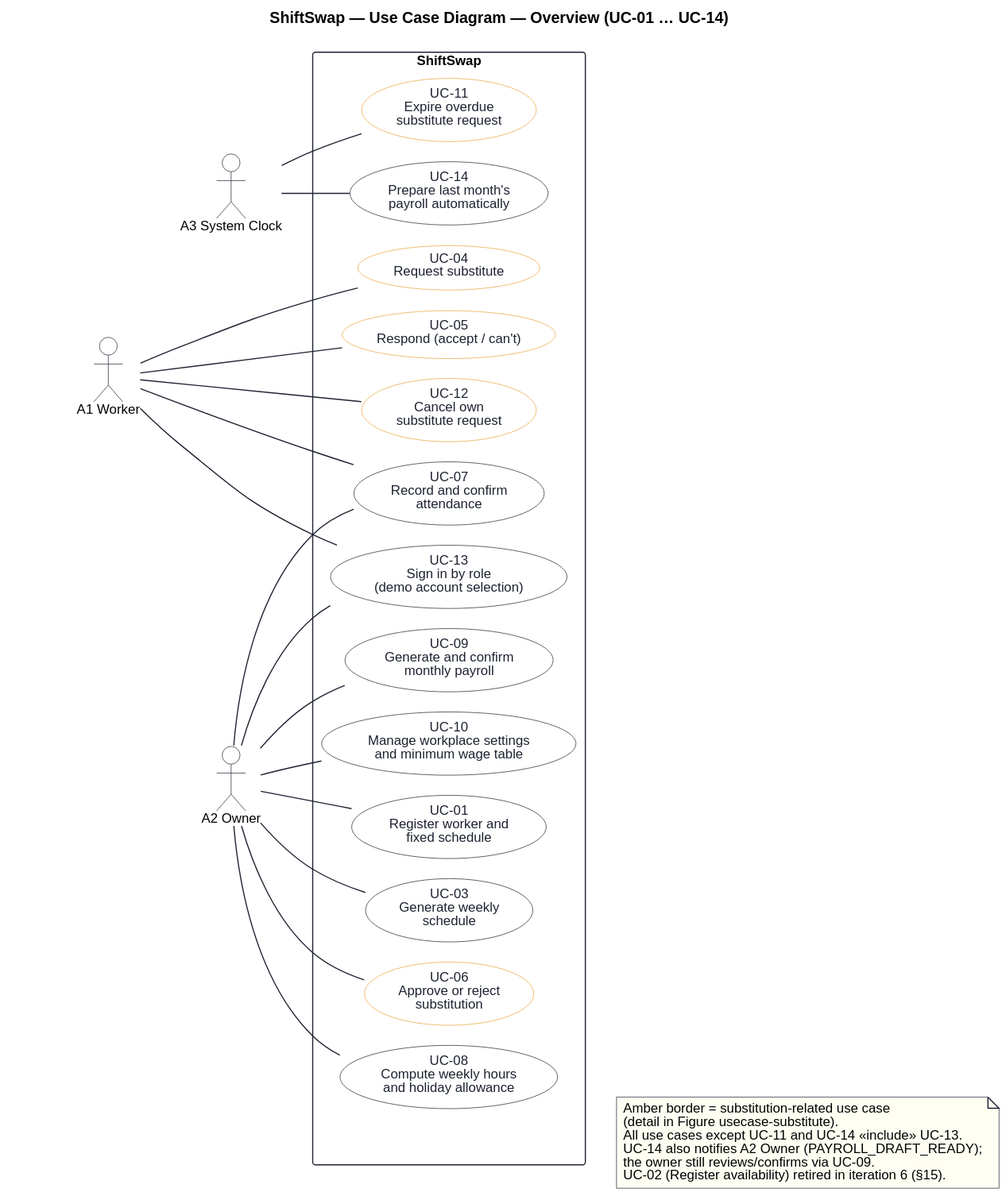
This is uml/usecase.svg from keemlogan/shiftswap, a PlantUML export, as it was before one commit.
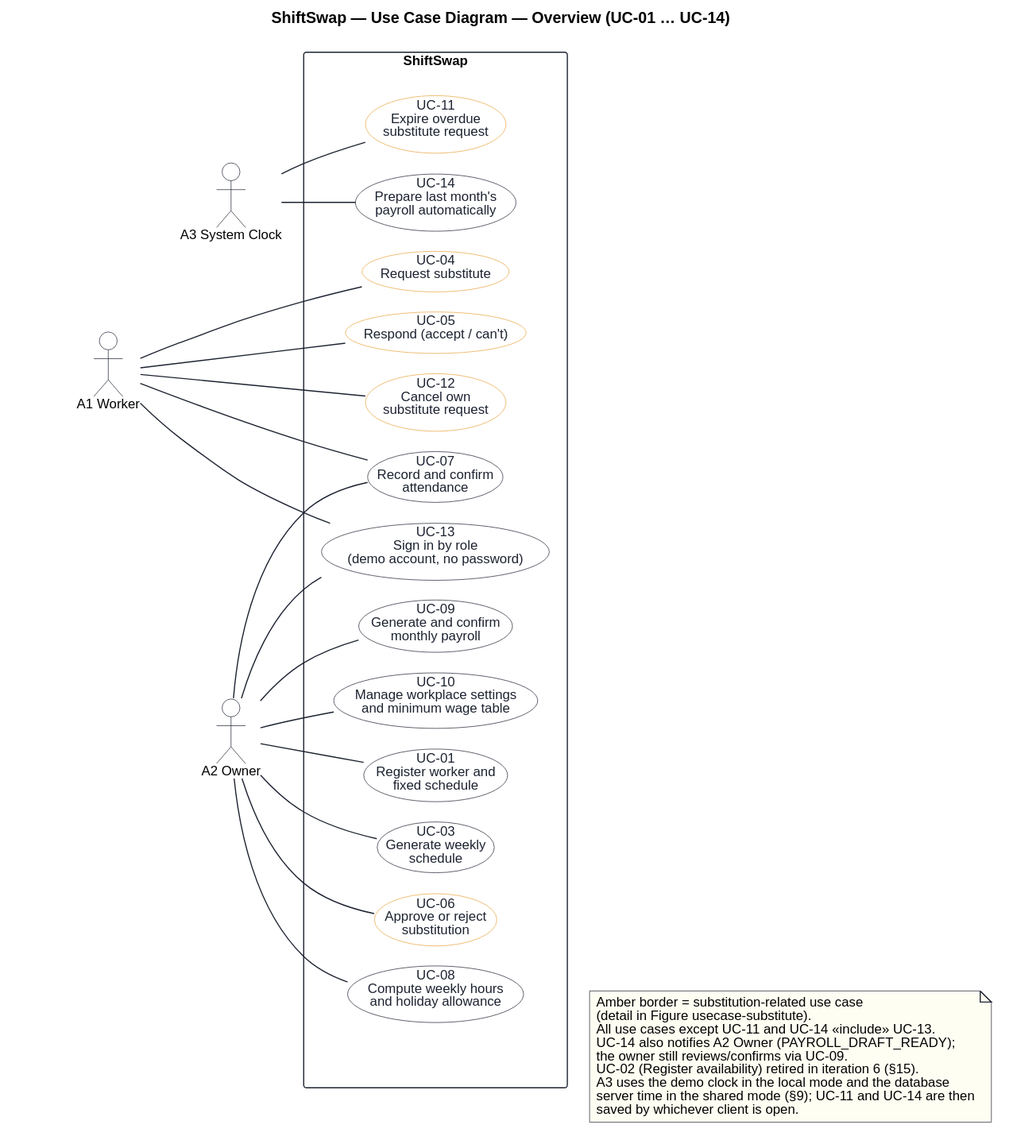
Later version of the same file.

Change to the diagram source:
```diff
@@ -47,7 +47,7 @@
   usecase "UC-12\nCancel own\nsubstitute request" as UC12 <<amber>>
 
   usecase "UC-07\nRecord and confirm\nattendance" as UC07
-  usecase "UC-13\nSign in by role\n(demo account selection)" as UC13
+  usecase "UC-13\nSign in by role\n(demo account, no password)" as UC13
 
   usecase "UC-01\nRegister worker and\nfixed schedule" as UC01
   usecase "UC-03\nGenerate weekly\nschedule" as UC03
@@ -88,6 +88,9 @@
   UC-14 also notifies A2 Owner (PAYROLL_DRAFT_READY);
   the owner still reviews/confirms via UC-09.
   UC-02 (Register availability) retired in iteration 6 (§15).
+  A3 uses the demo clock in the local mode and the database
+  server time in the shared mode (§9); UC-11 and UC-14 are then
+  saved by whichever client is open.
 end note
 
 Boundary -[hidden]d-> N1
```
